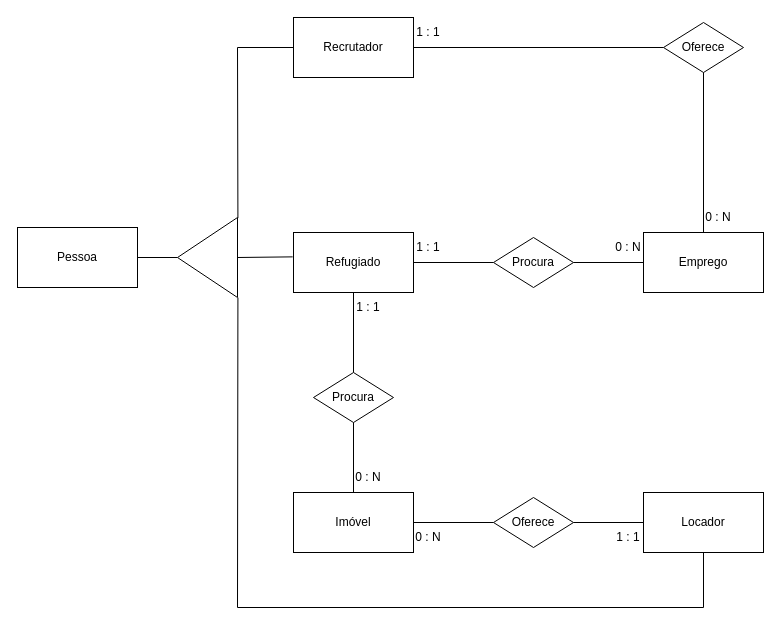
This is Modelo conceitual/Conceitual modelo 2.drawio from eliferretti/Diagamas_Proj_Refugiados, a draw.io file, before an edit. Source tidied: cells renumbered, new cells numbered last; positions are measured from the earlier drawing's top-left corner, leaving out a move shared by most shapes. Both pictures are drawn from the tidied source at 100%, with x=0, y=0 at pixel (17, 17).
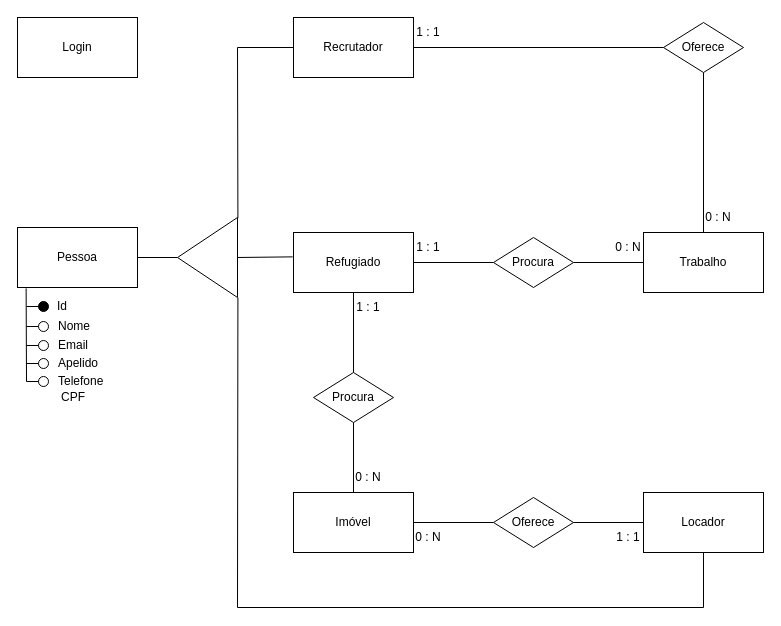
Above is the later version.

The change refers to these unchanged cells:
```xml
<mxCell id="25" style="group;" parent="1" vertex="1">
  <mxGeometry x="596" y="185" width="150" height="90" as="geometry" />
</mxCell>
<mxCell id="29" value="Pessoa" style="rounded=0;whiteSpace=wrap;html=1;" parent="1" vertex="1">
  <mxGeometry y="210" width="120" height="60" as="geometry" />
</mxCell>
```

Change to the diagram source:
```diff
@@
-    <mxCell id="26" value="Emprego" style="rounded=0;whiteSpace=wrap;html=1;" parent="25" vertex="1">
+    <mxCell id="26" value="Trabalho" style="rounded=0;whiteSpace=wrap;html=1;" parent="25" vertex="1">
       <mxGeometry x="30" y="30" width="120" height="60" as="geometry" />
     </mxCell>
@@
+    <mxCell id="37" style="ellipse;whiteSpace=wrap;html=1;fillColor=#000000;" parent="1" vertex="1">
+      <mxGeometry x="21" y="284" width="10" height="10" as="geometry" />
+    </mxCell>
+    <mxCell id="38" value="Id" style="text;html=1;strokeColor=none;fillColor=none;align=left;verticalAlign=middle;whiteSpace=wrap;rounded=0;" parent="1" vertex="1">
+      <mxGeometry x="38" y="274" width="30" height="30" as="geometry" />
+    </mxCell>
+    <mxCell id="39" style="ellipse;whiteSpace=wrap;html=1;fillColor=#FFFFFF;" parent="1" vertex="1">
+      <mxGeometry x="21" y="304" width="10" height="10" as="geometry" />
+    </mxCell>
+    <mxCell id="40" value="Nome" style="text;html=1;strokeColor=none;fillColor=none;align=left;verticalAlign=middle;whiteSpace=wrap;rounded=0;" parent="1" vertex="1">
+      <mxGeometry x="39" y="294" width="50" height="30" as="geometry" />
+    </mxCell>
+    <mxCell id="41" style="group;" parent="1" vertex="1">
+      <mxGeometry x="21" y="313" width="69" height="30" as="geometry" />
+    </mxCell>
+    <mxCell id="42" style="ellipse;whiteSpace=wrap;html=1;fillColor=#FFFFFF;" parent="41" vertex="1">
+      <mxGeometry y="10" width="10" height="10" as="geometry" />
+    </mxCell>
+    <mxCell id="43" value="Email" style="text;html=1;strokeColor=none;fillColor=none;align=left;verticalAlign=middle;whiteSpace=wrap;rounded=0;" parent="41" vertex="1">
+      <mxGeometry x="18" width="51" height="30" as="geometry" />
+    </mxCell>
+    <mxCell id="44" style="group;" parent="1" vertex="1">
+      <mxGeometry x="21" y="331" width="69" height="30" as="geometry" />
+    </mxCell>
+    <mxCell id="45" style="ellipse;whiteSpace=wrap;html=1;fillColor=#FFFFFF;" parent="44" vertex="1">
+      <mxGeometry y="10" width="10" height="10" as="geometry" />
+    </mxCell>
+    <mxCell id="46" value="Apelido" style="text;html=1;strokeColor=none;fillColor=none;align=left;verticalAlign=middle;whiteSpace=wrap;rounded=0;" parent="44" vertex="1">
+      <mxGeometry x="18" width="51" height="30" as="geometry" />
+    </mxCell>
+    <mxCell id="47" style="group;" parent="1" vertex="1">
+      <mxGeometry x="21" y="349" width="69" height="30" as="geometry" />
+    </mxCell>
+    <mxCell id="48" style="ellipse;whiteSpace=wrap;html=1;fillColor=#FFFFFF;" parent="47" vertex="1">
+      <mxGeometry y="10" width="10" height="10" as="geometry" />
+    </mxCell>
+    <mxCell id="49" value="Telefone" style="text;html=1;strokeColor=none;fillColor=none;align=left;verticalAlign=middle;whiteSpace=wrap;rounded=0;" parent="47" vertex="1">
+      <mxGeometry x="18" width="51" height="30" as="geometry" />
+    </mxCell>
+    <mxCell id="50" style="endArrow=none;html=1;rounded=0;exitX=0;exitY=0.5;exitDx=0;exitDy=0;entryX=0.072;entryY=1.015;entryDx=0;entryDy=0;entryPerimeter=0;" parent="1" edge="1" source="48" target="29">
+      <mxGeometry relative="1" as="geometry">
+        <Array as="points">
+          <mxPoint x="9" y="364" />
+        </Array>
+      </mxGeometry>
+    </mxCell>
+    <mxCell id="51" style="endArrow=none;html=1;rounded=0;entryX=0;entryY=0.5;entryDx=0;entryDy=0;" parent="1" edge="1" target="37">
+      <mxGeometry relative="1" as="geometry">
+        <mxPoint x="9" y="289" as="sourcePoint" />
+      </mxGeometry>
+    </mxCell>
+    <mxCell id="52" style="endArrow=none;html=1;rounded=0;entryX=0;entryY=0.5;entryDx=0;entryDy=0;" parent="1" edge="1" target="39">
+      <mxGeometry relative="1" as="geometry">
+        <mxPoint x="9" y="309" as="sourcePoint" />
+      </mxGeometry>
+    </mxCell>
+    <mxCell id="53" style="endArrow=none;html=1;rounded=0;entryX=0;entryY=0.5;entryDx=0;entryDy=0;" parent="1" edge="1" target="42">
+      <mxGeometry relative="1" as="geometry">
+        <mxPoint x="9" y="328" as="sourcePoint" />
+      </mxGeometry>
+    </mxCell>
+    <mxCell id="54" style="endArrow=none;html=1;rounded=0;entryX=0;entryY=0.5;entryDx=0;entryDy=0;" parent="1" edge="1" target="45">
+      <mxGeometry relative="1" as="geometry">
+        <mxPoint x="9" y="346" as="sourcePoint" />
+      </mxGeometry>
+    </mxCell>
+    <mxCell id="55" value="Login" style="rounded=0;whiteSpace=wrap;html=1;fillColor=#FFFFFF;" parent="1" vertex="1">
+      <mxGeometry width="120" height="60" as="geometry" />
+    </mxCell>
+    <mxCell id="56" value="CPF" style="text;html=1;strokeColor=none;fillColor=none;align=center;verticalAlign=middle;whiteSpace=wrap;rounded=0;" parent="1" vertex="1">
+      <mxGeometry x="25.5" y="365" width="60" height="30" as="geometry" />
+    </mxCell>
```
